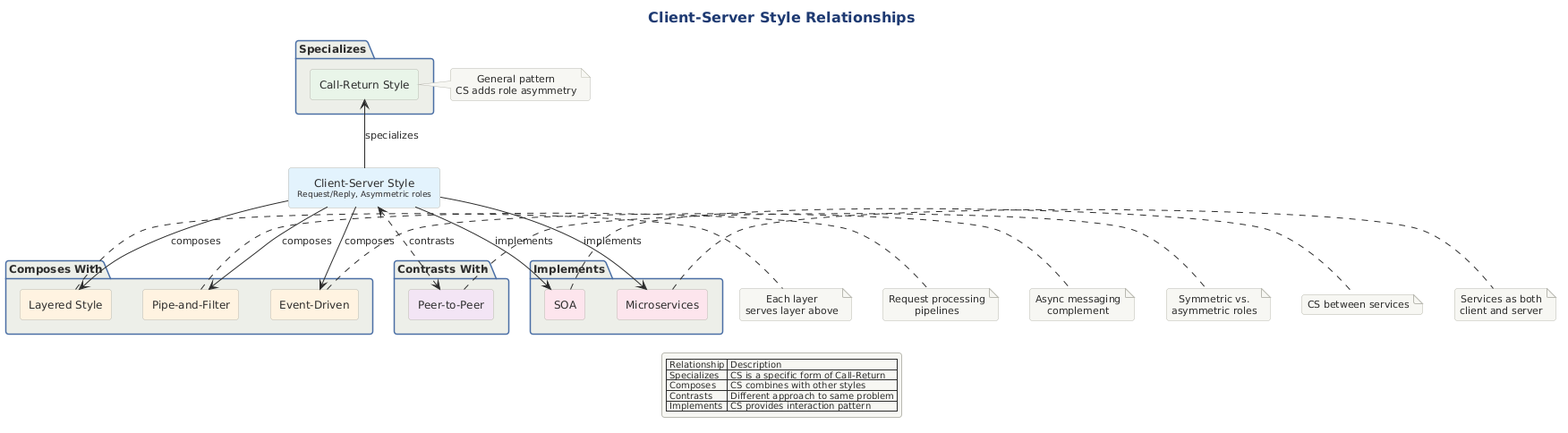
Earlier version of the PlantUML export src/architecture/views-and-beyond/style-catalogs/component-and-connector/client-server-style/png/client-server-style-relationships.png (Notoriousjayy/latex-docs).
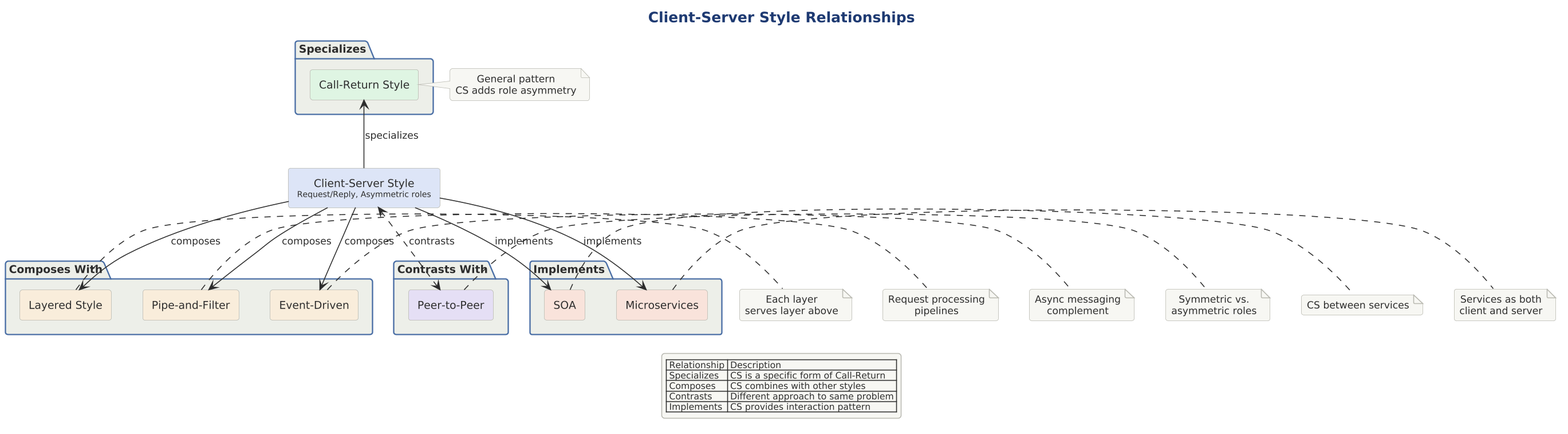
Later version of the same file.

Diff of the diagram source:
```diff
@@ -1,33 +1,38 @@
 @startuml
+
+skinparam dpi 150
+
+
+
 
 title Client-Server Style Relationships
 
 !include ../../../../../../tooling/styles/plantuml/structural/package-diagram-style.iuml
 
-rectangle "Client-Server Style\n<size:9>Request/Reply, Asymmetric roles</size>" as CS #E3F2FD
+rectangle "Client-Server Style\n<size:9>Request/Reply, Asymmetric roles</size>" as CS $fill_primary
 
 package "Specializes" {
-    rectangle "Call-Return Style" as CR #E8F5E9
+    rectangle "Call-Return Style" as CR $fill_ok
 }
 note right of CR : General pattern\nCS adds role asymmetry
 
 package "Composes With" {
-    rectangle "Layered Style" as LAY #FFF3E0
-    rectangle "Pipe-and-Filter" as PF #FFF3E0
-    rectangle "Event-Driven" as ED #FFF3E0
+    rectangle "Layered Style" as LAY $fill_caution
+    rectangle "Pipe-and-Filter" as PF $fill_caution
+    rectangle "Event-Driven" as ED $fill_caution
 }
 note right of LAY : Each layer\nserves layer above
 note right of PF : Request processing\npipelines
 note right of ED : Async messaging\ncomplement
 
 package "Contrasts With" {
-    rectangle "Peer-to-Peer" as P2P #F3E5F5
+    rectangle "Peer-to-Peer" as P2P $fill_alt
 }
 note right of P2P : Symmetric vs.\nasymmetric roles
 
 package "Implements" {
-    rectangle "SOA" as SOA #FCE4EC
-    rectangle "Microservices" as MS #FCE4EC
+    rectangle "SOA" as SOA $fill_invalid
+    rectangle "Microservices" as MS $fill_invalid
 }
 note right of SOA : CS between services
 note right of MS : Services as both\nclient and server
```
